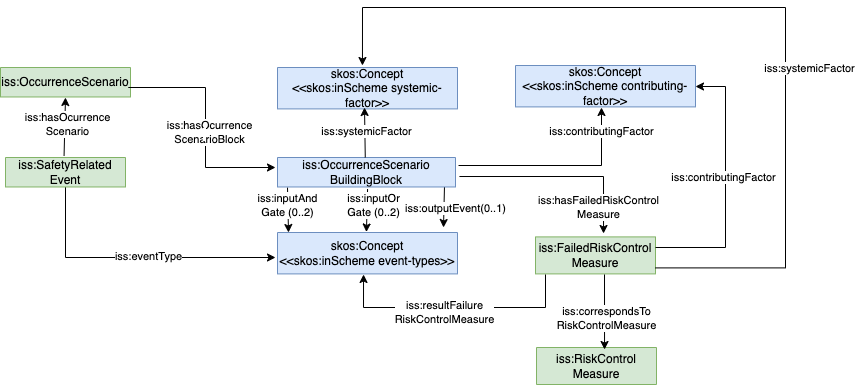
Before: doc-iss/resources/images/ISS-ontology-Ocurrence scenario.png, a diagram exported from draw.io (ocorcho/tests-widoco). Source tidied: cells renumbered, new cells last; positions are measured from the earlier drawing's top-left corner, leaving out a move shared by most shapes.
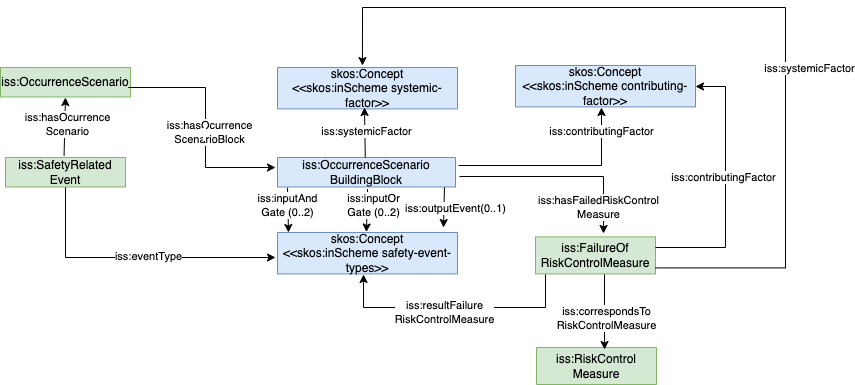
The same file after the commit.

The edit, as a diff of the source:
```diff
@@ -27,7 +27,7 @@
     <mxCell id="6" value="iss:hasOcurrence&lt;br&gt;Scenario" style="edgeLabel;html=1;align=center;verticalAlign=middle;" parent="5" vertex="1">
       <mxGeometry x="-0.12" y="2" relative="1" as="geometry" />
     </mxCell>
-    <mxCell id="7" value="&lt;font style=&quot;font-size: 12px ; color: rgb(0 , 0 , 0) ; direction: ltr ; letter-spacing: 0px ; line-height: 120% ; opacity: 1&quot;&gt;skos:Concept&lt;br&gt;&amp;lt;&amp;lt;skos:inScheme&amp;nbsp;event-types&amp;gt;&amp;gt;&lt;br&gt;&lt;/font&gt;" style="verticalAlign=middle;align=center;vsdxID=334;shape=(stored shape, 160 characters);labelBackgroundColor=none;rounded=0;html=1;whiteSpace=wrap;strokeColor=#6c8ebf;fillColor=#dae8fc;" parent="1" vertex="1">
+    <mxCell id="7" value="&lt;font style=&quot;font-size: 12px ; color: rgb(0 , 0 , 0) ; direction: ltr ; letter-spacing: 0px ; line-height: 120% ; opacity: 1&quot;&gt;skos:Concept&lt;br&gt;&amp;lt;&amp;lt;skos:inScheme safety-event-types&amp;gt;&amp;gt;&lt;br&gt;&lt;/font&gt;" style="verticalAlign=middle;align=center;vsdxID=334;shape=(stored shape, 160 characters);labelBackgroundColor=none;rounded=0;html=1;whiteSpace=wrap;strokeColor=#6c8ebf;fillColor=#dae8fc;" parent="1" vertex="1">
       <mxGeometry x="277" y="225" width="180" height="41.4" as="geometry" />
     </mxCell>
     <mxCell id="8" style="endArrow=classic;html=1;rounded=0;entryX=0;entryY=-0.06;entryDx=0;entryDy=0;entryPerimeter=0;" parent="1" edge="1">
@@ -105,7 +105,7 @@
         <mxPoint x="33" y="-32" as="offset" />
       </mxGeometry>
     </mxCell>
-    <mxCell id="23" value="&lt;font style=&quot;font-size: 12px ; color: rgb(0 , 0 , 0) ; direction: ltr ; letter-spacing: 0px ; line-height: 120% ; opacity: 1&quot;&gt;iss:FailedRiskControl&lt;br&gt;Measure&lt;br&gt;&lt;/font&gt;" style="verticalAlign=middle;align=center;vsdxID=334;shape=(stored shape, 160 characters);labelBackgroundColor=none;rounded=0;html=1;whiteSpace=wrap;strokeColor=#82b366;fillColor=#d5e8d4;" parent="1" vertex="1">
+    <mxCell id="23" value="&lt;font style=&quot;font-size: 12px ; color: rgb(0 , 0 , 0) ; direction: ltr ; letter-spacing: 0px ; line-height: 120% ; opacity: 1&quot;&gt;iss:FailureOf&lt;br&gt;RiskControlMeasure&lt;br&gt;&lt;/font&gt;" style="verticalAlign=middle;align=center;vsdxID=334;shape=(stored shape, 160 characters);labelBackgroundColor=none;rounded=0;html=1;whiteSpace=wrap;strokeColor=#82b366;fillColor=#d5e8d4;" parent="1" vertex="1">
       <mxGeometry x="535" y="229.4" width="120" height="37" as="geometry" />
     </mxCell>
     <mxCell id="24" style="edgeStyle=orthogonalEdgeStyle;rounded=0;jettySize=auto;html=1;" parent="1" edge="1" target="20">
```
